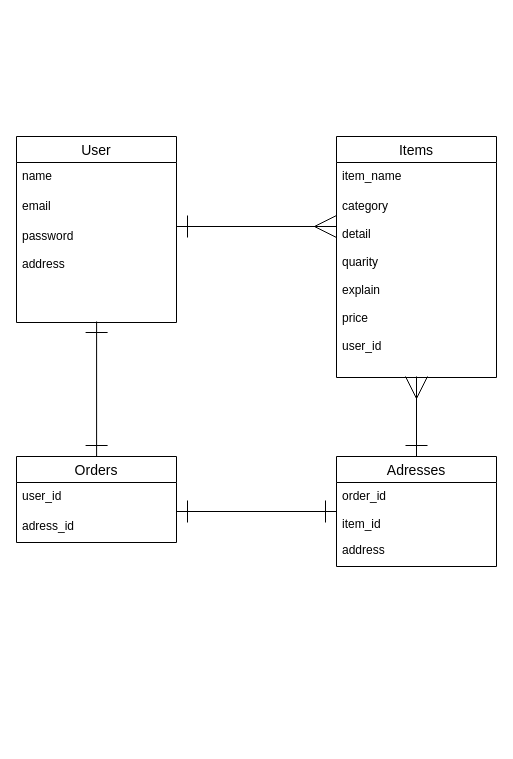
KazutakaSuzuki/furima-39272 keeps this draw.io diagram as ER.dio. Above is the earlier version. Source tidied: cells renumbered, new cells numbered last; positions are measured from the earlier drawing's top-left corner, leaving out a move shared by most shapes. Both pictures are drawn from the tidied source at 100%, with x=0, y=0 at pixel (16, 136).
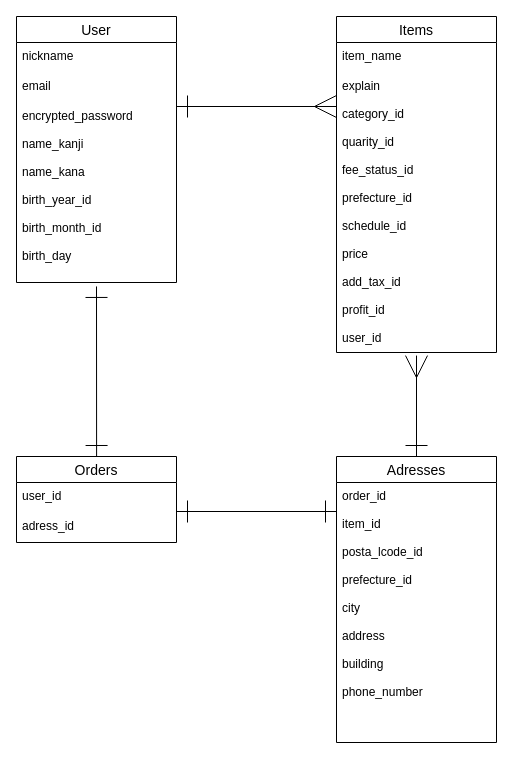
After the change.

Commit message (it also covers changes not shown here):
ER図/テーブル設計修正2

The edit, as a diff of the source:
```diff
@@
     <mxCell id="2" value="User" style="swimlane;fontStyle=0;horizontal=1;startSize=26;align=center;fontSize=14;" parent="1" vertex="1">
-      <mxGeometry width="160" height="186" as="geometry" />
+      <mxGeometry y="-120" width="160" height="266" as="geometry" />
     </mxCell>
-    <mxCell id="3" value="name" style="text;strokeColor=none;fillColor=none;spacingLeft=4;spacingRight=4;overflow=hidden;fontSize=12;" parent="2" vertex="1">
+    <mxCell id="3" value="nickname" style="text;strokeColor=none;fillColor=none;spacingLeft=4;spacingRight=4;overflow=hidden;fontSize=12;" parent="2" vertex="1">
       <mxGeometry y="26" width="160" height="30" as="geometry" />
     </mxCell>
@@
-    <mxCell id="5" value="password&#10;&#10;address" style="text;strokeColor=none;fillColor=none;spacingLeft=4;spacingRight=4;overflow=hidden;points=[[0,0.5],[1,0.5]];portConstraint=eastwest;fontSize=12;" parent="2" vertex="1">
-      <mxGeometry y="86" width="160" height="100" as="geometry" />
+    <mxCell id="5" value="encrypted_password&#10;&#10;name_kanji&#10;&#10;name_kana&#10;&#10;birth_year_id&#10;&#10;birth_month_id&#10;&#10;birth_day" style="text;strokeColor=none;fillColor=none;spacingLeft=4;spacingRight=4;overflow=hidden;points=[[0,0.5],[1,0.5]];portConstraint=eastwest;fontSize=12;" parent="2" vertex="1">
+      <mxGeometry y="86" width="160" height="180" as="geometry" />
     </mxCell>
     <mxCell id="6" value="Items" style="swimlane;fontStyle=0;horizontal=1;startSize=26;align=center;fontSize=14;swimlaneLine=1;strokeColor=default;" parent="1" vertex="1">
-      <mxGeometry x="320" width="160" height="241" as="geometry" />
+      <mxGeometry x="320" y="-120" width="160" height="336" as="geometry" />
     </mxCell>
@@
-    <mxCell id="8" value="category&#10;&#10;detail&#10;&#10;quarity&#10;&#10;explain&#10;&#10;price&#10;&#10;user_id&#10;&#10;&#10;&#10;&#10;&#10;&#10;&#10;&#10;" style="text;strokeColor=none;fillColor=none;spacingLeft=4;spacingRight=4;overflow=hidden;points=[[0,0.5],[1,0.5]];portConstraint=eastwest;fontSize=12;" parent="6" vertex="1">
-      <mxGeometry y="56" width="160" height="185" as="geometry" />
+    <mxCell id="8" value="explain&#10;&#10;category_id&#10;&#10;quarity_id&#10;&#10;fee_status_id&#10;&#10;prefecture_id&#10;&#10;schedule_id&#10;&#10;price&#10;&#10;add_tax_id&#10;&#10;profit_id&#10;&#10;user_id&#10;&#10;&#10;&#10;&#10;&#10;&#10;&#10;&#10;" style="text;strokeColor=none;fillColor=none;spacingLeft=4;spacingRight=4;overflow=hidden;points=[[0,0.5],[1,0.5]];portConstraint=eastwest;fontSize=12;" parent="6" vertex="1">
+      <mxGeometry y="56" width="160" height="280" as="geometry" />
     </mxCell>
     <mxCell id="9" value="Adresses" style="swimlane;fontStyle=0;horizontal=1;startSize=26;align=center;fontSize=14;" parent="1" vertex="1">
-      <mxGeometry x="320" y="320" width="160" height="110" as="geometry" />
+      <mxGeometry x="320" y="320" width="160" height="286" as="geometry" />
     </mxCell>
-    <mxCell id="10" value="order_id&#10;&#10;item_id" style="text;strokeColor=none;fillColor=none;spacingLeft=4;spacingRight=4;overflow=hidden;fontSize=12;" parent="9" vertex="1">
-      <mxGeometry y="26" width="160" height="54" as="geometry" />
+    <mxCell id="10" value="order_id&#10;&#10;item_id&#10;&#10;posta_lcode_id&#10;&#10;prefecture_id&#10;&#10;city&#10;&#10;address&#10;&#10;building&#10;&#10;phone_number" style="text;strokeColor=none;fillColor=none;spacingLeft=4;spacingRight=4;overflow=hidden;fontSize=12;" parent="9" vertex="1">
+      <mxGeometry y="26" width="160" height="260" as="geometry" />
     </mxCell>
-    <mxCell id="11" value="address&#10;" style="text;strokeColor=none;fillColor=none;spacingLeft=4;spacingRight=4;overflow=hidden;fontSize=12;" parent="9" vertex="1">
-      <mxGeometry y="80" width="160" height="30" as="geometry" />
-    </mxCell>
-    <mxCell id="12" style="endArrow=ERmany;html=1;rounded=0;strokeWidth=1;endSize=20;targetPerimeterSpacing=20;jumpSize=6;startArrow=ERone;startFill=0;sourcePerimeterSpacing=20;endFill=0;startSize=20;" parent="1" edge="1">
+    <mxCell id="12" style="endArrow=ERmany;html=1;rounded=0;strokeWidth=1;endSize=20;targetPerimeterSpacing=20;jumpSize=6;startArrow=ERone;startFill=0;sourcePerimeterSpacing=20;endFill=0;startSize=20;entryX=0.5;entryY=1.011;entryDx=0;entryDy=0;entryPerimeter=0;" parent="1" edge="1" target="8">
       <mxGeometry relative="1" as="geometry">
         <mxPoint x="400" y="320" as="sourcePoint" />
-        <mxPoint x="400" y="240" as="targetPoint" />
       </mxGeometry>
     </mxCell>
-    <mxCell id="13" style="endArrow=ERone;html=1;rounded=0;strokeWidth=1;endSize=20;targetPerimeterSpacing=20;jumpSize=6;exitX=0.463;exitY=0.99;exitDx=0;exitDy=0;exitPerimeter=0;startArrow=ERone;startFill=0;sourcePerimeterSpacing=20;endFill=0;startSize=20;entryX=0.463;entryY=0;entryDx=0;entryDy=0;entryPerimeter=0;" parent="1" edge="1">
+    <mxCell id="13" style="endArrow=ERone;html=1;rounded=0;strokeWidth=1;endSize=20;targetPerimeterSpacing=20;jumpSize=6;exitX=0.5;exitY=1.022;exitDx=0;exitDy=0;exitPerimeter=0;startArrow=ERone;startFill=0;sourcePerimeterSpacing=20;endFill=0;startSize=20;entryX=0.463;entryY=0;entryDx=0;entryDy=0;entryPerimeter=0;" parent="1" edge="1" source="5">
       <mxGeometry relative="1" as="geometry">
-        <mxPoint x="80.1" y="185" as="sourcePoint" />
         <mxPoint x="80.1" y="320" as="targetPoint" />
       </mxGeometry>
     </mxCell>
     <mxCell id="14" style="endArrow=ERmany;html=1;rounded=0;strokeWidth=1;endSize=20;targetPerimeterSpacing=20;jumpSize=6;startArrow=ERone;startFill=0;sourcePerimeterSpacing=20;endFill=0;startSize=20;" parent="1" edge="1">
       <mxGeometry relative="1" as="geometry">
-        <mxPoint x="160" y="90" as="sourcePoint" />
-        <mxPoint x="320" y="90" as="targetPoint" />
+        <mxPoint x="160" y="-30" as="sourcePoint" />
+        <mxPoint x="320" y="-30" as="targetPoint" />
       </mxGeometry>
     </mxCell>
```
